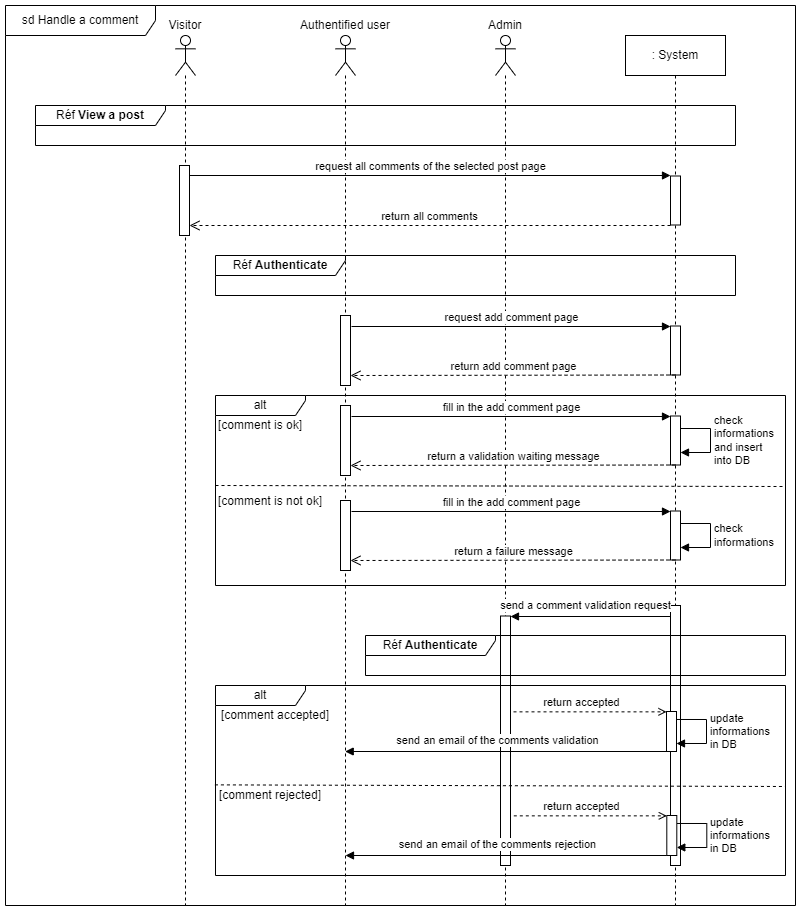
Before: UML_diagrams/Seq - Handle a comment.drawio.png, a diagram exported from draw.io (David-Renard/OC-projet5). Source tidied: cells renumbered, new cells last; positions are measured from the earlier drawing's top-left corner, leaving out a move shared by most shapes.
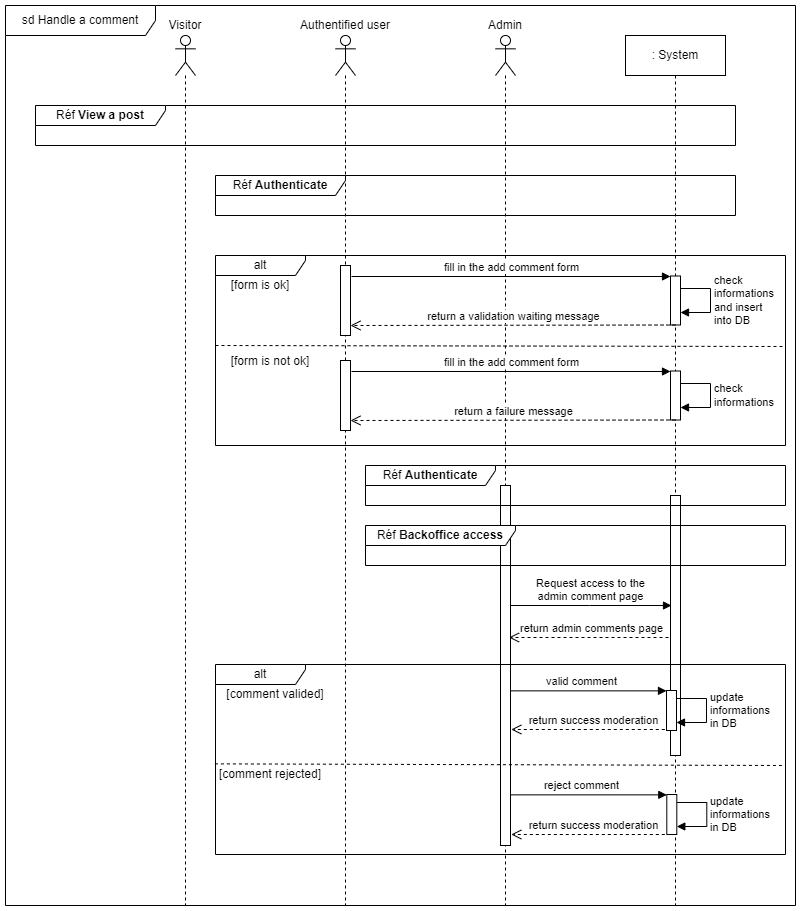
The same diagram one commit later.

Change to the diagram source:
```diff
@@ -2,16 +2,34 @@
   <root>
     <mxCell id="0" />
     <mxCell id="1" parent="0" />
+    <mxCell id="55" value="return success moderation" style="html=1;verticalAlign=bottom;endArrow=open;dashed=1;endSize=8;edgeStyle=elbowEdgeStyle;elbow=vertical;curved=0;rounded=0;" parent="1" edge="1">
+      <mxGeometry relative="1" as="geometry">
+        <mxPoint x="671.3" y="724" as="sourcePoint" />
+        <mxPoint x="505.8" y="724" as="targetPoint" />
+      </mxGeometry>
+    </mxCell>
+    <mxCell id="56" value="Request access to the &lt;br&gt;admin comment page" style="html=1;verticalAlign=bottom;endArrow=block;edgeStyle=elbowEdgeStyle;elbow=horizontal;curved=0;rounded=0;" parent="1" edge="1">
+      <mxGeometry relative="1" as="geometry">
+        <mxPoint x="502.5" y="600" as="sourcePoint" />
+        <mxPoint x="666" y="600" as="targetPoint" />
+      </mxGeometry>
+    </mxCell>
+    <mxCell id="57" value="return admin comments page" style="html=1;verticalAlign=bottom;endArrow=open;dashed=1;endSize=8;edgeStyle=elbowEdgeStyle;elbow=vertical;curved=0;rounded=0;" parent="1" edge="1">
+      <mxGeometry relative="1" as="geometry">
+        <mxPoint x="669" y="632" as="sourcePoint" />
+        <mxPoint x="503.5" y="632" as="targetPoint" />
+      </mxGeometry>
+    </mxCell>
-    <mxCell id="2" value="return accepted" style="endArrow=open;html=1;rounded=0;endFill=0;dashed=1;" parent="1" edge="1">
+    <mxCell id="2" value="reject comment" style="endArrow=block;html=1;rounded=0;endFill=1;" parent="1" edge="1">
       <mxGeometry x="-0.07" y="9" relative="1" as="geometry">
-        <mxPoint x="502.3" y="810.4" as="sourcePoint" />
-        <mxPoint x="661.3" y="810.3" as="targetPoint" />
+        <mxPoint x="502.3" y="789.4" as="sourcePoint" />
+        <mxPoint x="661.3" y="789.3" as="targetPoint" />
       </mxGeometry>
     </mxCell>
-    <mxCell id="3" value="return accepted" style="endArrow=open;html=1;rounded=0;endFill=0;dashed=1;" parent="1" edge="1">
+    <mxCell id="3" value="valid comment" style="endArrow=block;html=1;rounded=0;endFill=1;" parent="1" edge="1">
       <mxGeometry x="-0.07" y="9" relative="1" as="geometry">
-        <mxPoint x="502" y="706.4" as="sourcePoint" />
-        <mxPoint x="661" y="706.3" as="targetPoint" />
+        <mxPoint x="502" y="685.4" as="sourcePoint" />
+        <mxPoint x="661" y="685.3" as="targetPoint" />
       </mxGeometry>
     </mxCell>
     <mxCell id="4" value="sd Handle a comment" style="shape=umlFrame;whiteSpace=wrap;html=1;width=150;height=30;" parent="1" vertex="1">
@@ -20,20 +38,14 @@
     <mxCell id="5" value=": System" style="shape=umlLifeline;perimeter=lifelinePerimeter;whiteSpace=wrap;html=1;newEdgeStyle={&quot;edgeStyle&quot;:&quot;elbowEdgeStyle&quot;,&quot;elbow&quot;:&quot;vertical&quot;,&quot;curved&quot;:0,&quot;rounded&quot;:0};" parent="1" vertex="1">
       <mxGeometry x="620" y="30" width="100" height="870" as="geometry" />
     </mxCell>
-    <mxCell id="6" style="html=1;perimeter=orthogonalPerimeter;targetShapes=umlLifeline;newEdgeStyle={&quot;edgeStyle&quot;:&quot;elbowEdgeStyle&quot;,&quot;elbow&quot;:&quot;vertical&quot;,&quot;curved&quot;:0,&quot;rounded&quot;:0};" parent="5" vertex="1">
-      <mxGeometry x="45" y="140.5" width="10" height="49" as="geometry" />
-    </mxCell>
-    <mxCell id="7" style="html=1;points=[];perimeter=orthogonalPerimeter;outlineConnect=0;targetShapes=umlLifeline;portConstraint=eastwest;newEdgeStyle={&quot;edgeStyle&quot;:&quot;elbowEdgeStyle&quot;,&quot;elbow&quot;:&quot;vertical&quot;,&quot;curved&quot;:0,&quot;rounded&quot;:0};" parent="5" vertex="1">
-      <mxGeometry x="45" y="290.5" width="10" height="49" as="geometry" />
-    </mxCell>
     <mxCell id="8" style="html=1;points=[];perimeter=orthogonalPerimeter;outlineConnect=0;targetShapes=umlLifeline;portConstraint=eastwest;newEdgeStyle={&quot;edgeStyle&quot;:&quot;elbowEdgeStyle&quot;,&quot;elbow&quot;:&quot;vertical&quot;,&quot;curved&quot;:0,&quot;rounded&quot;:0};" parent="5" vertex="1">
-      <mxGeometry x="45" y="570" width="10" height="260" as="geometry" />
+      <mxGeometry x="45" y="460" width="10" height="260" as="geometry" />
     </mxCell>
     <mxCell id="9" style="shape=umlLifeline;perimeter=lifelinePerimeter;whiteSpace=wrap;html=1;newEdgeStyle={&quot;edgeStyle&quot;:&quot;elbowEdgeStyle&quot;,&quot;elbow&quot;:&quot;vertical&quot;,&quot;curved&quot;:0,&quot;rounded&quot;:0};participant=umlActor;" parent="1" vertex="1">
       <mxGeometry x="490" y="30" width="20" height="870" as="geometry" />
     </mxCell>
     <mxCell id="10" style="html=1;perimeter=orthogonalPerimeter;targetShapes=umlLifeline;newEdgeStyle={&quot;edgeStyle&quot;:&quot;elbowEdgeStyle&quot;,&quot;elbow&quot;:&quot;vertical&quot;,&quot;curved&quot;:0,&quot;rounded&quot;:0};" parent="9" vertex="1">
-      <mxGeometry x="5" y="580.5" width="10" height="249.5" as="geometry" />
+      <mxGeometry x="5" y="450" width="10" height="360" as="geometry" />
     </mxCell>
     <mxCell id="11" style="shape=umlLifeline;perimeter=lifelinePerimeter;whiteSpace=wrap;html=1;newEdgeStyle={&quot;edgeStyle&quot;:&quot;elbowEdgeStyle&quot;,&quot;elbow&quot;:&quot;vertical&quot;,&quot;curved&quot;:0,&quot;rounded&quot;:0};participant=umlActor;" parent="1" vertex="1">
       <mxGeometry x="330" y="30" width="20" height="870" as="geometry" />
@@ -53,53 +65,19 @@
     <mxCell id="16" value="Réf &lt;b&gt;View a post&lt;/b&gt;" style="shape=umlFrame;whiteSpace=wrap;html=1;width=130;height=20;" parent="1" vertex="1">
       <mxGeometry x="30" y="100" width="700" height="40" as="geometry" />
     </mxCell>
-    <mxCell id="17" style="group;" parent="1" vertex="1">
-      <mxGeometry x="174" y="160" width="506" height="70" as="geometry" />
-    </mxCell>
-    <mxCell id="18" style="html=1;perimeter=orthogonalPerimeter;targetShapes=umlLifeline;newEdgeStyle={&quot;edgeStyle&quot;:&quot;elbowEdgeStyle&quot;,&quot;elbow&quot;:&quot;vertical&quot;,&quot;curved&quot;:0,&quot;rounded&quot;:0};" parent="17" vertex="1">
-      <mxGeometry width="10" height="70" as="geometry" />
-    </mxCell>
-    <mxCell id="19" value="request all comments of the selected post page" style="html=1;verticalAlign=bottom;endArrow=block;edgeStyle=elbowEdgeStyle;elbow=vertical;curved=0;rounded=0;" parent="17" edge="1">
-      <mxGeometry relative="1" as="geometry">
-        <mxPoint x="10" y="10" as="sourcePoint" />
-        <mxPoint x="491" y="10" as="targetPoint" />
-      </mxGeometry>
-    </mxCell>
-    <mxCell id="20" value="return all comments" style="html=1;verticalAlign=bottom;endArrow=open;dashed=1;endSize=8;edgeStyle=elbowEdgeStyle;elbow=vertical;curved=0;rounded=0;" parent="17" edge="1">
-      <mxGeometry relative="1" as="geometry">
-        <mxPoint x="491" y="60" as="sourcePoint" />
-        <mxPoint x="10" y="60" as="targetPoint" />
-      </mxGeometry>
-    </mxCell>
     <mxCell id="21" value="Réf &lt;b&gt;Authenticate&lt;/b&gt;" style="shape=umlFrame;whiteSpace=wrap;html=1;width=130;height=20;" parent="1" vertex="1">
-      <mxGeometry x="210" y="250" width="520" height="40" as="geometry" />
+      <mxGeometry x="210" y="170" width="520" height="40" as="geometry" />
     </mxCell>
-    <mxCell id="22" style="group;" parent="1" vertex="1">
-      <mxGeometry x="335" y="310" width="250" height="70" as="geometry" />
-    </mxCell>
-    <mxCell id="23" style="html=1;perimeter=orthogonalPerimeter;targetShapes=umlLifeline;newEdgeStyle={&quot;edgeStyle&quot;:&quot;elbowEdgeStyle&quot;,&quot;elbow&quot;:&quot;vertical&quot;,&quot;curved&quot;:0,&quot;rounded&quot;:0};" parent="22" vertex="1">
-      <mxGeometry width="10" height="70" as="geometry" />
-    </mxCell>
-    <mxCell id="24" value="request add comment page" style="html=1;verticalAlign=bottom;endArrow=block;edgeStyle=elbowEdgeStyle;elbow=vertical;curved=0;rounded=0;" parent="22" edge="1" target="7">
-      <mxGeometry relative="1" as="geometry">
-        <mxPoint x="11" y="11" as="sourcePoint" />
-      </mxGeometry>
-    </mxCell>
-    <mxCell id="25" value="return add comment page" style="html=1;verticalAlign=bottom;endArrow=open;dashed=1;endSize=8;edgeStyle=elbowEdgeStyle;elbow=vertical;curved=0;rounded=0;" parent="22" edge="1" source="7">
-      <mxGeometry relative="1" as="geometry">
-        <mxPoint x="10" y="60" as="targetPoint" />
-      </mxGeometry>
-    </mxCell>
     <mxCell id="26" style="html=1;points=[];perimeter=orthogonalPerimeter;outlineConnect=0;targetShapes=umlLifeline;portConstraint=eastwest;newEdgeStyle={&quot;edgeStyle&quot;:&quot;elbowEdgeStyle&quot;,&quot;elbow&quot;:&quot;vertical&quot;,&quot;curved&quot;:0,&quot;rounded&quot;:0};" parent="1" vertex="1">
-      <mxGeometry x="665" y="410.5" width="10" height="49" as="geometry" />
+      <mxGeometry x="665" y="270.5" width="10" height="49" as="geometry" />
     </mxCell>
     <mxCell id="27" style="group;" parent="1" vertex="1">
-      <mxGeometry x="335" y="400" width="250" height="70" as="geometry" />
+      <mxGeometry x="335" y="260" width="250" height="70" as="geometry" />
     </mxCell>
     <mxCell id="28" style="html=1;perimeter=orthogonalPerimeter;targetShapes=umlLifeline;newEdgeStyle={&quot;edgeStyle&quot;:&quot;elbowEdgeStyle&quot;,&quot;elbow&quot;:&quot;vertical&quot;,&quot;curved&quot;:0,&quot;rounded&quot;:0};" parent="27" vertex="1">
       <mxGeometry width="10" height="70" as="geometry" />
     </mxCell>
-    <mxCell id="29" value="fill in the add comment page" style="html=1;verticalAlign=bottom;endArrow=block;edgeStyle=elbowEdgeStyle;elbow=vertical;curved=0;rounded=0;" parent="27" edge="1" target="26">
+    <mxCell id="29" value="fill in the add comment form" style="html=1;verticalAlign=bottom;endArrow=block;edgeStyle=elbowEdgeStyle;elbow=vertical;curved=0;rounded=0;" parent="27" edge="1" target="26">
       <mxGeometry relative="1" as="geometry">
         <mxPoint x="11" y="11" as="sourcePoint" />
       </mxGeometry>
@@ -111,28 +89,28 @@
     </mxCell>
     <mxCell id="31" value="check&lt;br&gt;informations&lt;br&gt;and insert&lt;br&gt;into DB" style="html=1;align=left;spacingLeft=2;endArrow=block;rounded=0;edgeStyle=orthogonalEdgeStyle;curved=0;rounded=0;" parent="1" edge="1">
       <mxGeometry relative="1" as="geometry">
-        <mxPoint x="675" y="423" as="sourcePoint" />
-        <mxPoint x="675" y="447" as="targetPoint" />
+        <mxPoint x="675" y="283" as="sourcePoint" />
+        <mxPoint x="675" y="307" as="targetPoint" />
         <Array as="points">
-          <mxPoint x="705" y="423" />
-          <mxPoint x="705" y="447" />
-          <mxPoint x="675" y="447" />
+          <mxPoint x="705" y="283" />
+          <mxPoint x="705" y="307" />
+          <mxPoint x="675" y="307" />
         </Array>
       </mxGeometry>
     </mxCell>
     <mxCell id="32" value="alt" style="shape=umlFrame;whiteSpace=wrap;html=1;width=90;height=20;" parent="1" vertex="1">
-      <mxGeometry x="210" y="390" width="570" height="190" as="geometry" />
+      <mxGeometry x="210" y="250" width="570" height="190" as="geometry" />
     </mxCell>
     <mxCell id="33" style="html=1;points=[];perimeter=orthogonalPerimeter;outlineConnect=0;targetShapes=umlLifeline;portConstraint=eastwest;newEdgeStyle={&quot;edgeStyle&quot;:&quot;elbowEdgeStyle&quot;,&quot;elbow&quot;:&quot;vertical&quot;,&quot;curved&quot;:0,&quot;rounded&quot;:0};" parent="1" vertex="1">
-      <mxGeometry x="665" y="505.5" width="10" height="49" as="geometry" />
+      <mxGeometry x="665" y="365.5" width="10" height="49" as="geometry" />
     </mxCell>
     <mxCell id="34" style="group;" parent="1" vertex="1">
-      <mxGeometry x="335" y="495" width="250" height="70" as="geometry" />
+      <mxGeometry x="335" y="355" width="250" height="70" as="geometry" />
     </mxCell>
     <mxCell id="35" style="html=1;perimeter=orthogonalPerimeter;targetShapes=umlLifeline;newEdgeStyle={&quot;edgeStyle&quot;:&quot;elbowEdgeStyle&quot;,&quot;elbow&quot;:&quot;vertical&quot;,&quot;curved&quot;:0,&quot;rounded&quot;:0};" parent="34" vertex="1">
       <mxGeometry width="10" height="70" as="geometry" />
     </mxCell>
-    <mxCell id="36" value="fill in the add comment page" style="html=1;verticalAlign=bottom;endArrow=block;edgeStyle=elbowEdgeStyle;elbow=vertical;curved=0;rounded=0;" parent="34" edge="1" target="33">
+    <mxCell id="36" value="fill in the add comment form" style="html=1;verticalAlign=bottom;endArrow=block;edgeStyle=elbowEdgeStyle;elbow=vertical;curved=0;rounded=0;" parent="34" edge="1" target="33">
       <mxGeometry relative="1" as="geometry">
         <mxPoint x="11" y="11" as="sourcePoint" />
       </mxGeometry>
@@ -144,92 +122,84 @@
     </mxCell>
     <mxCell id="38" value="check&lt;br&gt;informations" style="html=1;align=left;spacingLeft=2;endArrow=block;rounded=0;edgeStyle=orthogonalEdgeStyle;curved=0;rounded=0;" parent="1" edge="1">
       <mxGeometry relative="1" as="geometry">
-        <mxPoint x="675" y="518" as="sourcePoint" />
-        <mxPoint x="675" y="542" as="targetPoint" />
+        <mxPoint x="675" y="378" as="sourcePoint" />
+        <mxPoint x="675" y="402" as="targetPoint" />
         <Array as="points">
-          <mxPoint x="705" y="518" />
-          <mxPoint x="705" y="542" />
-          <mxPoint x="675" y="542" />
+          <mxPoint x="705" y="378" />
+          <mxPoint x="705" y="402" />
+          <mxPoint x="675" y="402" />
         </Array>
       </mxGeometry>
     </mxCell>
-    <mxCell id="39" value="[comment is ok]" style="text;html=1;strokeColor=none;fillColor=none;align=center;verticalAlign=middle;whiteSpace=wrap;rounded=0;" parent="1" vertex="1">
-      <mxGeometry x="210" y="410.5" width="90" height="19.5" as="geometry" />
+    <mxCell id="39" value="[form is ok]" style="text;html=1;strokeColor=none;fillColor=none;align=center;verticalAlign=middle;whiteSpace=wrap;rounded=0;" parent="1" vertex="1">
+      <mxGeometry x="210" y="270.5" width="90" height="19.5" as="geometry" />
     </mxCell>
-    <mxCell id="40" value="[comment is not ok]" style="text;html=1;strokeColor=none;fillColor=none;align=center;verticalAlign=middle;whiteSpace=wrap;rounded=0;" parent="1" vertex="1">
-      <mxGeometry x="210" y="486" width="110" height="19.5" as="geometry" />
+    <mxCell id="40" value="[form is not ok]" style="text;html=1;strokeColor=none;fillColor=none;align=center;verticalAlign=middle;whiteSpace=wrap;rounded=0;" parent="1" vertex="1">
+      <mxGeometry x="210" y="346" width="110" height="19.5" as="geometry" />
     </mxCell>
     <mxCell id="41" style="endArrow=none;dashed=1;html=1;rounded=0;entryX=1;entryY=0.479;entryDx=0;entryDy=0;entryPerimeter=0;" parent="1" edge="1" target="32">
       <mxGeometry relative="1" as="geometry">
-        <mxPoint x="210" y="480" as="sourcePoint" />
+        <mxPoint x="210" y="340" as="sourcePoint" />
       </mxGeometry>
     </mxCell>
-    <mxCell id="42" value="send a comment validation request" style="endArrow=block;html=1;rounded=0;endFill=1;" parent="1" edge="1" source="8">
-      <mxGeometry x="0.06" y="-11" relative="1" as="geometry">
-        <mxPoint x="505" y="611" as="targetPoint" />
-      </mxGeometry>
-    </mxCell>
     <mxCell id="43" value="alt" style="shape=umlFrame;whiteSpace=wrap;html=1;width=90;height=20;" parent="1" vertex="1">
-      <mxGeometry x="210" y="680" width="570" height="190" as="geometry" />
+      <mxGeometry x="210" y="659" width="570" height="190" as="geometry" />
     </mxCell>
     <mxCell id="44" value="Réf &lt;b&gt;Authenticate&lt;/b&gt;" style="shape=umlFrame;whiteSpace=wrap;html=1;width=130;height=20;" parent="1" vertex="1">
-      <mxGeometry x="360" y="630" width="420" height="40" as="geometry" />
+      <mxGeometry x="360" y="460" width="420" height="40" as="geometry" />
     </mxCell>
-    <mxCell id="45" value="[comment accepted]" style="text;html=1;strokeColor=none;fillColor=none;align=center;verticalAlign=middle;whiteSpace=wrap;rounded=0;" parent="1" vertex="1">
-      <mxGeometry x="210" y="700" width="120" height="19.5" as="geometry" />
+    <mxCell id="45" value="[comment valided]" style="text;html=1;strokeColor=none;fillColor=none;align=center;verticalAlign=middle;whiteSpace=wrap;rounded=0;" parent="1" vertex="1">
+      <mxGeometry x="210" y="679" width="120" height="19.5" as="geometry" />
     </mxCell>
-    <mxCell id="46" value="send an email of the comments validation" style="endArrow=block;html=1;rounded=0;endFill=1;" parent="1" edge="1">
-      <mxGeometry x="0.06" y="-11" relative="1" as="geometry">
-        <mxPoint x="665" y="746" as="sourcePoint" />
-        <mxPoint x="339.7" y="746" as="targetPoint" />
-      </mxGeometry>
-    </mxCell>
     <mxCell id="47" value="update&lt;br&gt;informations&lt;br&gt;in DB" style="html=1;align=left;spacingLeft=2;endArrow=block;rounded=0;edgeStyle=orthogonalEdgeStyle;curved=0;rounded=0;" parent="1" edge="1">
       <mxGeometry relative="1" as="geometry">
-        <mxPoint x="671" y="714" as="sourcePoint" />
-        <mxPoint x="671" y="738" as="targetPoint" />
+        <mxPoint x="671" y="693" as="sourcePoint" />
+        <mxPoint x="671" y="717" as="targetPoint" />
         <Array as="points">
-          <mxPoint x="701" y="714" />
-          <mxPoint x="701" y="738" />
-          <mxPoint x="671" y="738" />
+          <mxPoint x="701" y="693" />
+          <mxPoint x="701" y="717" />
+          <mxPoint x="671" y="717" />
         </Array>
       </mxGeometry>
     </mxCell>
     <mxCell id="48" style="html=1;perimeter=orthogonalPerimeter;targetShapes=umlLifeline;newEdgeStyle={&quot;edgeStyle&quot;:&quot;elbowEdgeStyle&quot;,&quot;elbow&quot;:&quot;vertical&quot;,&quot;curved&quot;:0,&quot;rounded&quot;:0};" parent="1" vertex="1">
-      <mxGeometry x="661" y="706" width="10" height="40" as="geometry" />
+      <mxGeometry x="661" y="685" width="10" height="40" as="geometry" />
     </mxCell>
     <mxCell id="49" style="endArrow=none;dashed=1;html=1;rounded=0;entryX=1;entryY=0.479;entryDx=0;entryDy=0;entryPerimeter=0;exitX=-0.001;exitY=0.523;exitDx=0;exitDy=0;exitPerimeter=0;" parent="1" edge="1" source="43">
       <mxGeometry relative="1" as="geometry">
-        <mxPoint x="780" y="781" as="targetPoint" />
+        <mxPoint x="780" y="760" as="targetPoint" />
       </mxGeometry>
     </mxCell>
     <mxCell id="50" style="endArrow=none;dashed=1;html=1;rounded=0;" parent="1" edge="1" target="43">
       <mxGeometry relative="1" as="geometry">
-        <mxPoint x="210" y="780" as="sourcePoint" />
+        <mxPoint x="210" y="759" as="sourcePoint" />
       </mxGeometry>
     </mxCell>
     <mxCell id="51" value="[comment rejected]" style="text;html=1;strokeColor=none;fillColor=none;align=center;verticalAlign=middle;whiteSpace=wrap;rounded=0;" parent="1" vertex="1">
-      <mxGeometry x="205" y="780" width="120" height="19.5" as="geometry" />
+      <mxGeometry x="205" y="759" width="120" height="19.5" as="geometry" />
     </mxCell>
-    <mxCell id="52" value="send an email of the comments rejection" style="endArrow=block;html=1;rounded=0;endFill=1;" parent="1" edge="1">
-      <mxGeometry x="0.06" y="-11" relative="1" as="geometry">
-        <mxPoint x="665.3" y="850" as="sourcePoint" />
-        <mxPoint x="340" y="850" as="targetPoint" />
-      </mxGeometry>
-    </mxCell>
     <mxCell id="53" value="update&lt;br&gt;informations&lt;br&gt;in DB" style="html=1;align=left;spacingLeft=2;endArrow=block;rounded=0;edgeStyle=orthogonalEdgeStyle;curved=0;rounded=0;" parent="1" edge="1">
       <mxGeometry relative="1" as="geometry">
-        <mxPoint x="671.3" y="818" as="sourcePoint" />
-        <mxPoint x="671.3" y="842" as="targetPoint" />
+        <mxPoint x="671.3" y="797" as="sourcePoint" />
+        <mxPoint x="671.3" y="821" as="targetPoint" />
         <Array as="points">
-          <mxPoint x="701.3" y="818" />
-          <mxPoint x="701.3" y="842" />
-          <mxPoint x="671.3" y="842" />
+          <mxPoint x="701.3" y="797" />
+          <mxPoint x="701.3" y="821" />
+          <mxPoint x="671.3" y="821" />
         </Array>
       </mxGeometry>
     </mxCell>
     <mxCell id="54" style="html=1;perimeter=orthogonalPerimeter;targetShapes=umlLifeline;newEdgeStyle={&quot;edgeStyle&quot;:&quot;elbowEdgeStyle&quot;,&quot;elbow&quot;:&quot;vertical&quot;,&quot;curved&quot;:0,&quot;rounded&quot;:0};" parent="1" vertex="1">
-      <mxGeometry x="661.3" y="810" width="10" height="40" as="geometry" />
+      <mxGeometry x="661.3" y="789" width="10" height="40" as="geometry" />
     </mxCell>
+    <mxCell id="58" value="Réf &lt;b&gt;Backoffice access&lt;/b&gt;" style="shape=umlFrame;whiteSpace=wrap;html=1;width=150;height=20;" parent="1" vertex="1">
+      <mxGeometry x="360" y="520" width="420" height="40" as="geometry" />
+    </mxCell>
+    <mxCell id="59" value="return success moderation" style="html=1;verticalAlign=bottom;endArrow=open;dashed=1;endSize=8;edgeStyle=elbowEdgeStyle;elbow=vertical;curved=0;rounded=0;" parent="1" edge="1">
+      <mxGeometry relative="1" as="geometry">
+        <mxPoint x="671.3" y="829" as="sourcePoint" />
+        <mxPoint x="505.8" y="829" as="targetPoint" />
+      </mxGeometry>
+    </mxCell>
   </root>
 </mxGraphModel>
```
